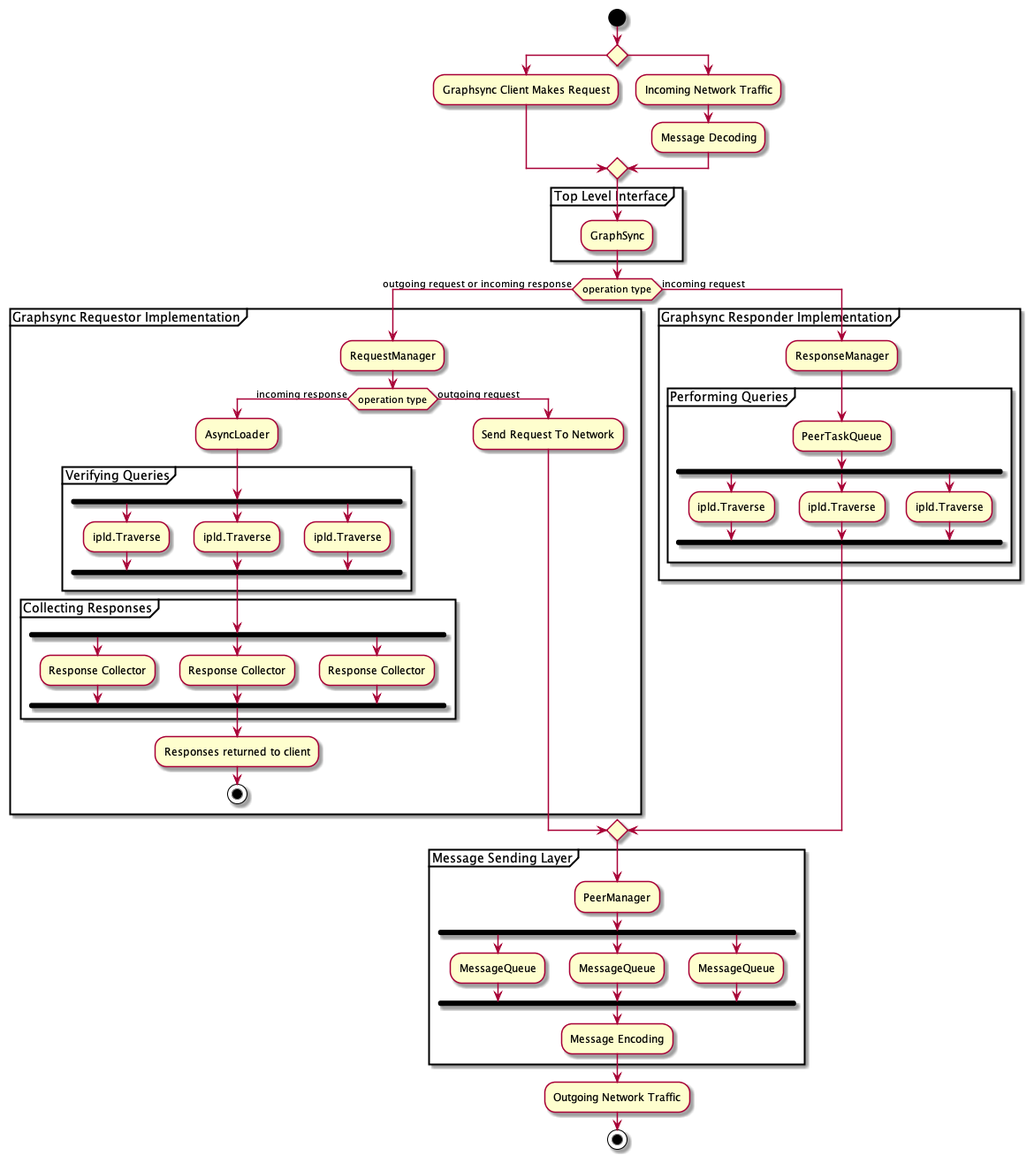
ipfs/go-graphsync keeps this PlantUML diagram as docs/processes.png. Above is the earlier version.
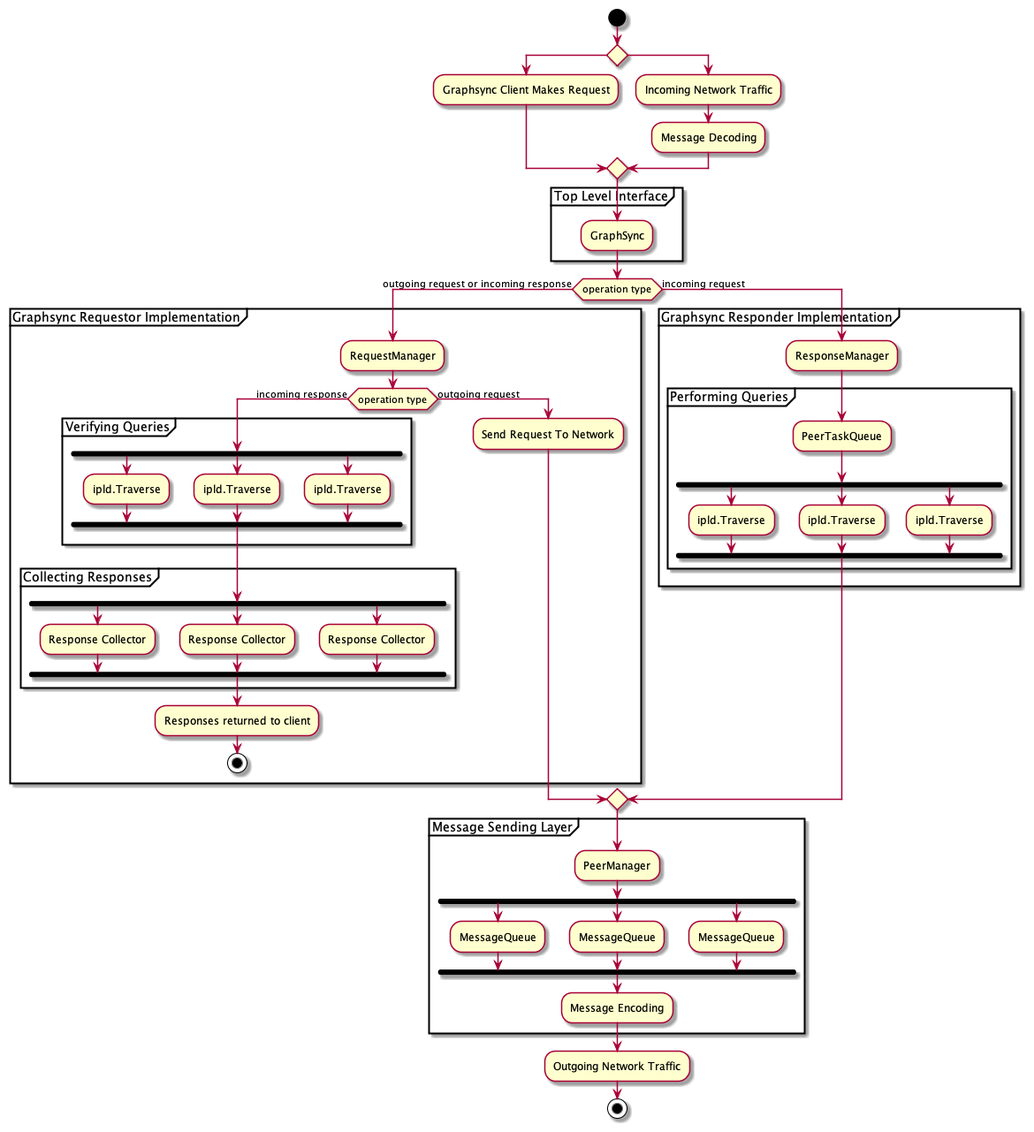
The same file after the commit.

Commit message:
docs(architecture): update to explain actor pattern

Diff of the diagram source:
```diff
@@ -13,7 +13,6 @@
 partition "Graphsync Requestor Implementation" {
 :RequestManager;
 if (operation type) then (incoming response)
-:AsyncLoader;
 partition "Verifying Queries" {
 fork
 :ipld.Traverse;
```
